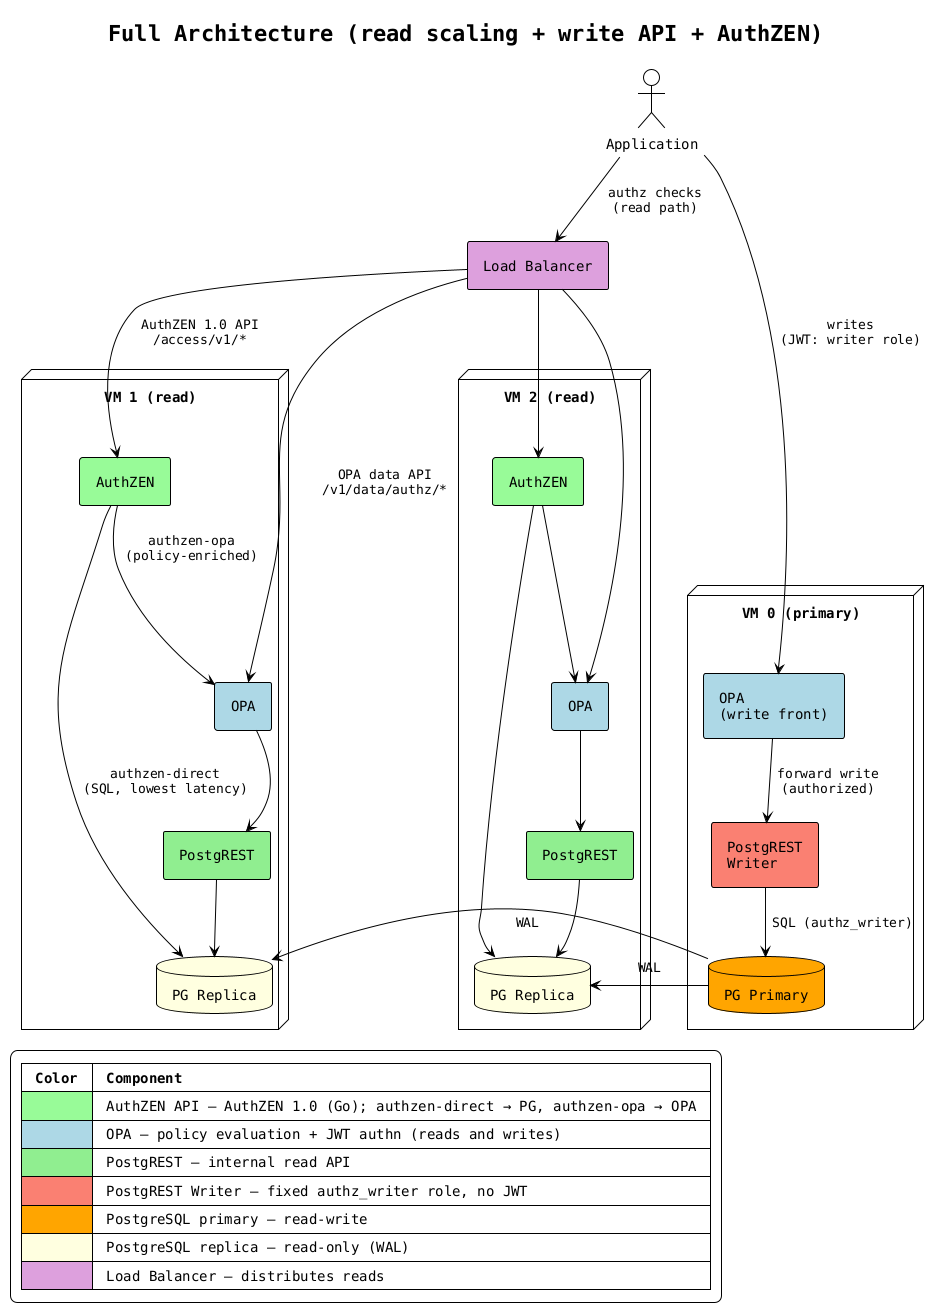
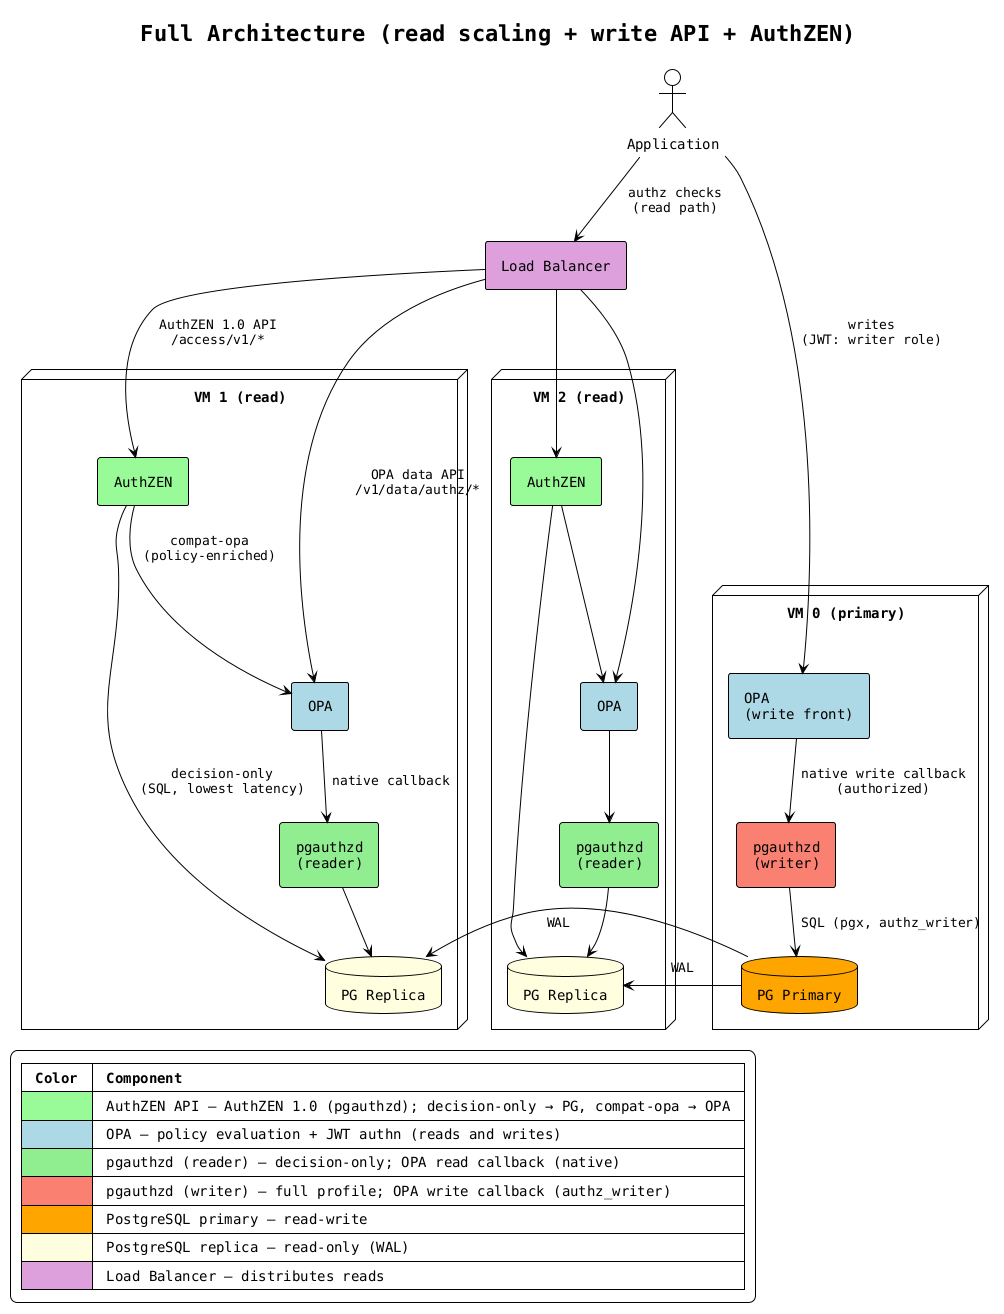
@startuml architecture-full

!theme plain
skinparam backgroundColor white
skinparam componentStyle rectangle
skinparam defaultFontName monospaced
skinparam nodesep 50
skinparam ranksep 40
skinparam padding 6

title Full Architecture (read scaling + write API + AuthZEN)

actor "Application" as app

component "Load Balancer" as lb #Plum

node "VM 1 (read)" as vm1 {
    component "OPA" as opa_a #LightBlue
    component "AuthZEN" as az_a #PaleGreen
-     component "PostgREST" as pgrst_a #LightGreen
+     component "pgauthzd\n(reader)" as pgd_a #LightGreen
    database "PG Replica" as pgr_a #LightYellow
}

node "VM 2 (read)" as vm2 {
    component "OPA" as opa_b #LightBlue
    component "AuthZEN" as az_b #PaleGreen
-     component "PostgREST" as pgrst_b #LightGreen
+     component "pgauthzd\n(reader)" as pgd_b #LightGreen
    database "PG Replica" as pgr_b #LightYellow
}

node "VM 0 (primary)" as vm0 {
    component "OPA\n(write front)" as opa_w #LightBlue
-     component "PostgREST\nWriter" as pgrst_w #Salmon
+     component "pgauthzd\n(writer)" as pgd_w #Salmon
    database "PG Primary" as pgp #Orange
}

' Read path
app -down-> lb : "authz checks\n(read path)"
lb -down-> opa_a : "OPA data API\n/v1/data/authz/*"
lb -down-> opa_b
lb -down-> az_a : "AuthZEN 1.0 API\n/access/v1/*"
lb -down-> az_b
- opa_a -down-> pgrst_a
- opa_b -down-> pgrst_b
- az_a -down-> opa_a : "authzen-opa\n(policy-enriched)"
- az_a -down-> pgr_a : "authzen-direct\n(SQL, lowest latency)"
+ opa_a -down-> pgd_a : "native callback"
+ opa_b -down-> pgd_b
+ az_a -down-> opa_a : "compat-opa\n(policy-enriched)"
+ az_a -down-> pgr_a : "decision-only\n(SQL, lowest latency)"
az_b -down-> opa_b
az_b -down-> pgr_b
- pgrst_a -down-> pgr_a
- pgrst_b -down-> pgr_b
+ pgd_a -down-> pgr_a
+ pgd_b -down-> pgr_b

' Write path — OPA fronts the writer (verifies JWT + writer role, forwards)
app -down-> opa_w : "writes\n(JWT: writer role)"
- opa_w -down-> pgrst_w : "forward write\n(authorized)"
- pgrst_w -down-> pgp : "SQL (authz_writer)"
+ opa_w -down-> pgd_w : "native write callback\n(authorized)"
+ pgd_w -down-> pgp : "SQL (pgx, authz_writer)"

' Replication
pgp -right-> pgr_a : "  WAL  "
pgp -right-> pgr_b : "  WAL  "

legend bottom left
  |= Color |= Component |
-   | <#PaleGreen> | AuthZEN API — AuthZEN 1.0 (Go); authzen-direct → PG, authzen-opa → OPA |
+   | <#PaleGreen> | AuthZEN API — AuthZEN 1.0 (pgauthzd); decision-only → PG, compat-opa → OPA |
  | <#LightBlue> | OPA — policy evaluation + JWT authn (reads and writes) |
-   | <#LightGreen> | PostgREST — internal read API |
-   | <#Salmon> | PostgREST Writer — fixed authz_writer role, no JWT |
+   | <#LightGreen> | pgauthzd (reader) — decision-only; OPA read callback (native) |
+   | <#Salmon> | pgauthzd (writer) — full profile; OPA write callback (authz_writer) |
  | <#Orange> | PostgreSQL primary — read-write |
  | <#LightYellow> | PostgreSQL replica — read-only (WAL) |
  | <#Plum> | Load Balancer — distributes reads |
end legend

@enduml
